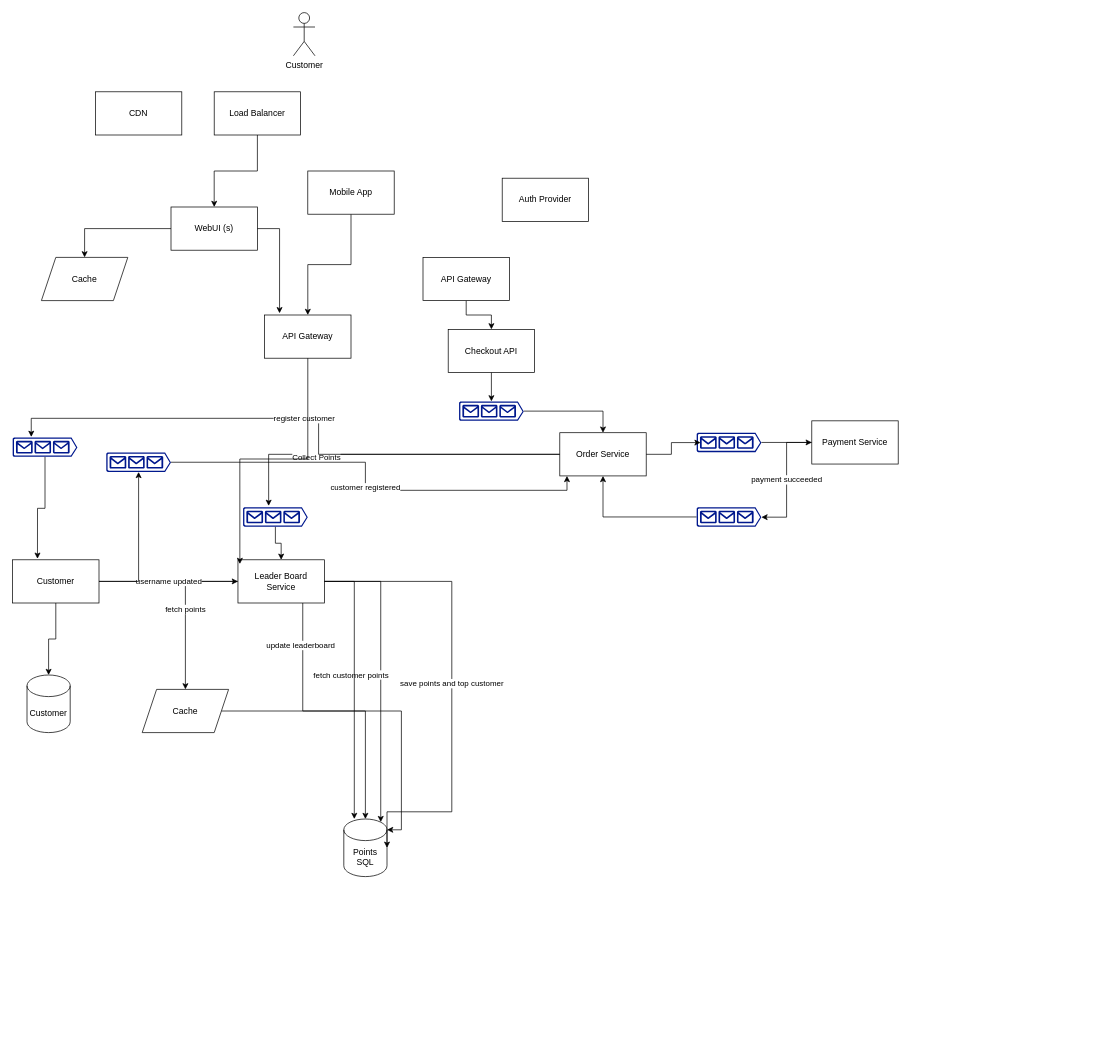
Earlier version of the draw.io diagram tesco-2.drawio (leilabadi/diagrams). Source tidied: cells renumbered, new cells numbered last; positions are measured from the earlier drawing's top-left corner, leaving out a move shared by most shapes. Both pictures are drawn from the tidied source at 72%, with x=0, y=0 at pixel (12, 12).
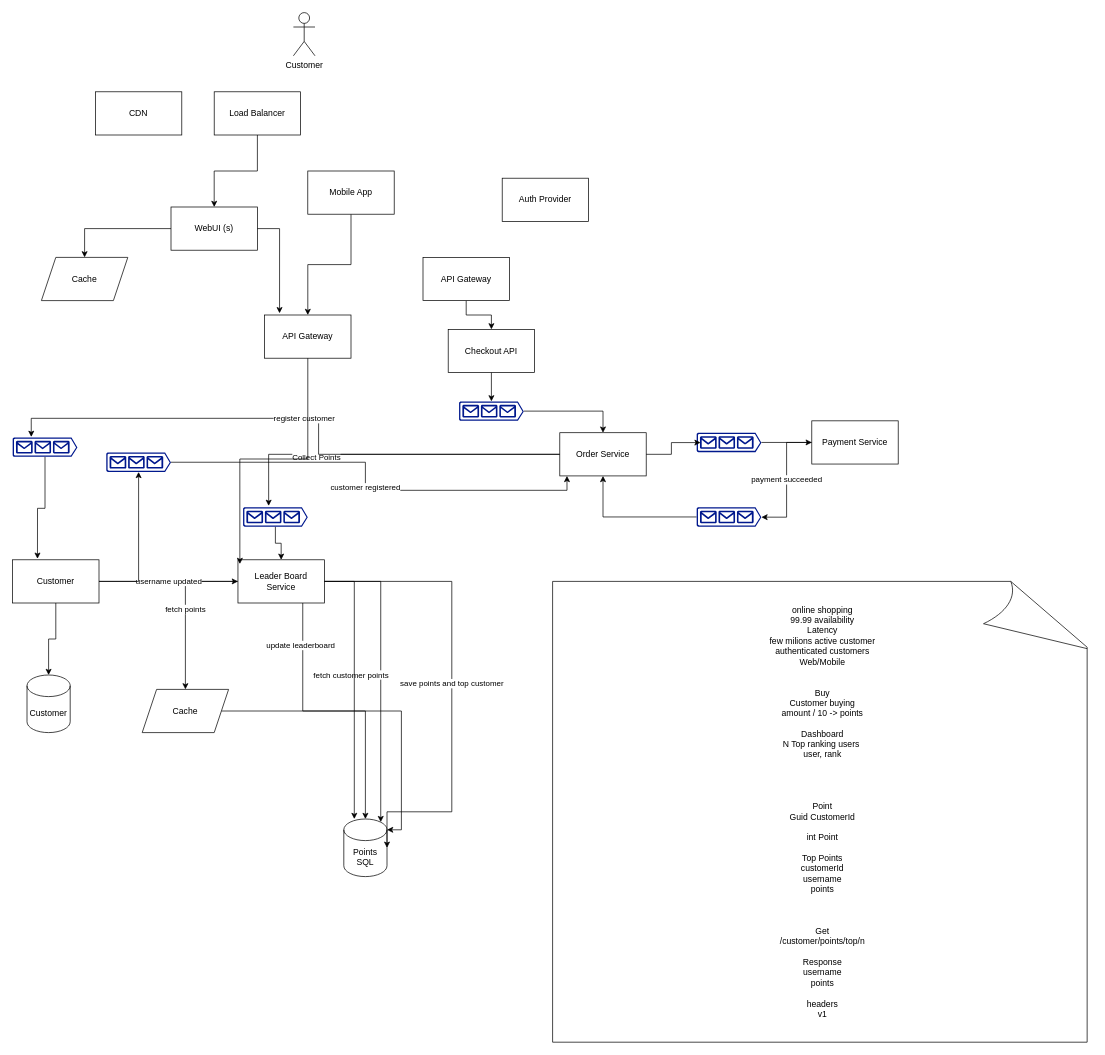
The same page after the edit.

Diff of the diagram source:
```diff
@@
+    <mxCell id="51" value="&lt;div&gt;online shopping&lt;/div&gt;&lt;div&gt;99.99 availability&lt;/div&gt;&lt;div&gt;Latency&lt;/div&gt;&lt;div&gt;few milions active customer&lt;/div&gt;&lt;div&gt;authenticated customers&lt;/div&gt;&lt;div&gt;Web/Mobile&lt;/div&gt;&lt;div&gt;&lt;br&gt;&lt;/div&gt;&lt;div&gt;&lt;br&gt;&lt;/div&gt;&lt;div&gt;Buy&lt;/div&gt;&lt;div&gt;Customer buying&lt;/div&gt;&lt;div&gt;amount / 10 -&amp;gt; points&lt;/div&gt;&lt;div&gt;&lt;br&gt;&lt;/div&gt;&lt;div&gt;Dashboard&lt;/div&gt;&lt;div&gt;N Top ranking users&amp;nbsp;&lt;/div&gt;&lt;div&gt;user, rank&lt;/div&gt;&lt;div&gt;&lt;br&gt;&lt;/div&gt;&lt;div&gt;&lt;br&gt;&lt;/div&gt;&lt;div&gt;&lt;br&gt;&lt;/div&gt;&lt;div&gt;&lt;br&gt;&lt;/div&gt;&lt;div&gt;Point&lt;/div&gt;&lt;div&gt;Guid CustomerId&lt;/div&gt;&lt;div&gt;&lt;br&gt;&lt;/div&gt;&lt;div&gt;int Point&lt;/div&gt;&lt;div&gt;&lt;br&gt;&lt;/div&gt;&lt;div&gt;Top Points&lt;/div&gt;&lt;div&gt;customerId&lt;/div&gt;&lt;div&gt;username&lt;/div&gt;&lt;div&gt;points&lt;/div&gt;&lt;div&gt;&lt;br&gt;&lt;/div&gt;&lt;div&gt;&lt;br&gt;&lt;/div&gt;&lt;div&gt;&lt;br&gt;&lt;/div&gt;&lt;div&gt;Get&lt;/div&gt;&lt;div&gt;/customer/points/top/n&lt;/div&gt;&lt;div&gt;&lt;br&gt;&lt;/div&gt;&lt;div&gt;Response&lt;/div&gt;&lt;div&gt;username&lt;/div&gt;&lt;div&gt;points&lt;/div&gt;&lt;div&gt;&lt;br&gt;&lt;/div&gt;&lt;div&gt;headers&lt;/div&gt;&lt;div&gt;v1&lt;/div&gt;" style="whiteSpace=wrap;html=1;shape=mxgraph.basic.document;" parent="1" vertex="1">
+      <mxGeometry x="750" y="790" width="750" height="640" as="geometry" />
+    </mxCell>
```
